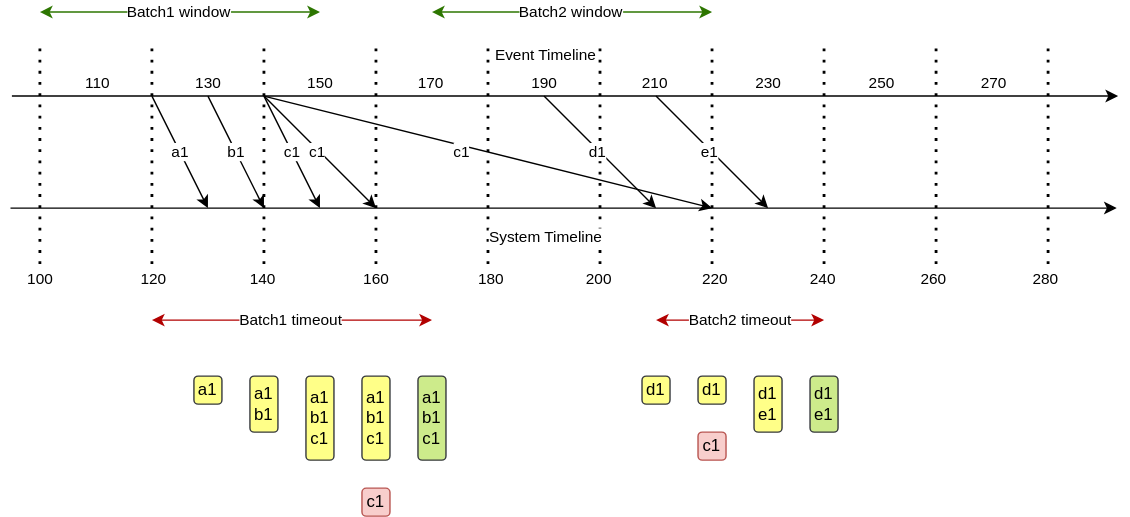
Before: src/telemetry-data/message-batching/UC4.svg, a diagram exported from draw.io (thin-edge/thin-edge.io-specs). Source tidied: cells renumbered, new cells last; positions are measured from the earlier drawing's top-left corner, leaving out a move shared by most shapes.
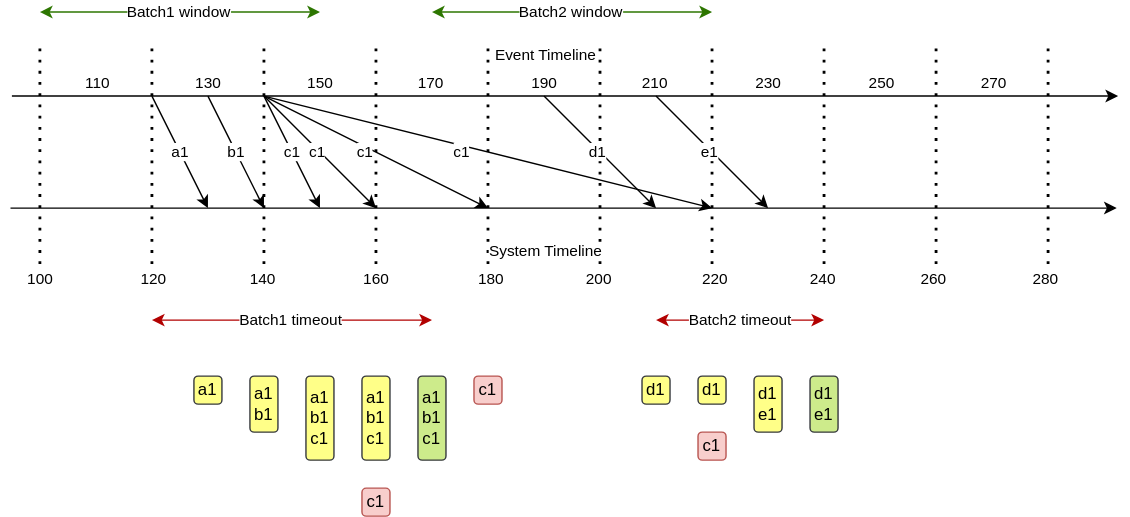
Above is the later version.

What changed in the source:
```diff
@@ -109,7 +109,7 @@
     </mxCell>
     <mxCell id="21" value="System Timeline" style="edgeLabel;html=1;align=center;verticalAlign=middle;" parent="20" vertex="1">
       <mxGeometry x="-0.16" y="1" relative="1" as="geometry">
-        <mxPoint x="50" y="21" as="offset" />
+        <mxPoint x="50" y="31" as="offset" />
       </mxGeometry>
     </mxCell>
     <mxCell id="22" style="endArrow=classic;html=1;" parent="1" edge="1">
@@ -325,5 +325,19 @@
     <mxCell id="67" value="c1" style="rounded=1;whiteSpace=wrap;html=1;fillColor=#f8cecc;strokeColor=#b85450;" parent="1" vertex="1">
       <mxGeometry x="251" y="340" width="20" height="20" as="geometry" />
     </mxCell>
+    <mxCell id="68" style="endArrow=classic;html=1;" parent="1" edge="1">
+      <mxGeometry relative="1" as="geometry">
+        <mxPoint x="181" y="60" as="sourcePoint" />
+        <mxPoint x="341" y="140" as="targetPoint" />
+      </mxGeometry>
+    </mxCell>
+    <mxCell id="69" value="c1" style="edgeLabel;html=1;align=center;verticalAlign=middle;" parent="68" vertex="1">
+      <mxGeometry x="-0.14" y="1" relative="1" as="geometry">
+        <mxPoint x="2" y="6" as="offset" />
+      </mxGeometry>
+    </mxCell>
+    <mxCell id="70" value="c1" style="rounded=1;whiteSpace=wrap;html=1;fillColor=#f8cecc;strokeColor=#b85450;" parent="1" vertex="1">
+      <mxGeometry x="331" y="260" width="20" height="20" as="geometry" />
+    </mxCell>
   </root>
 </mxGraphModel>
```
